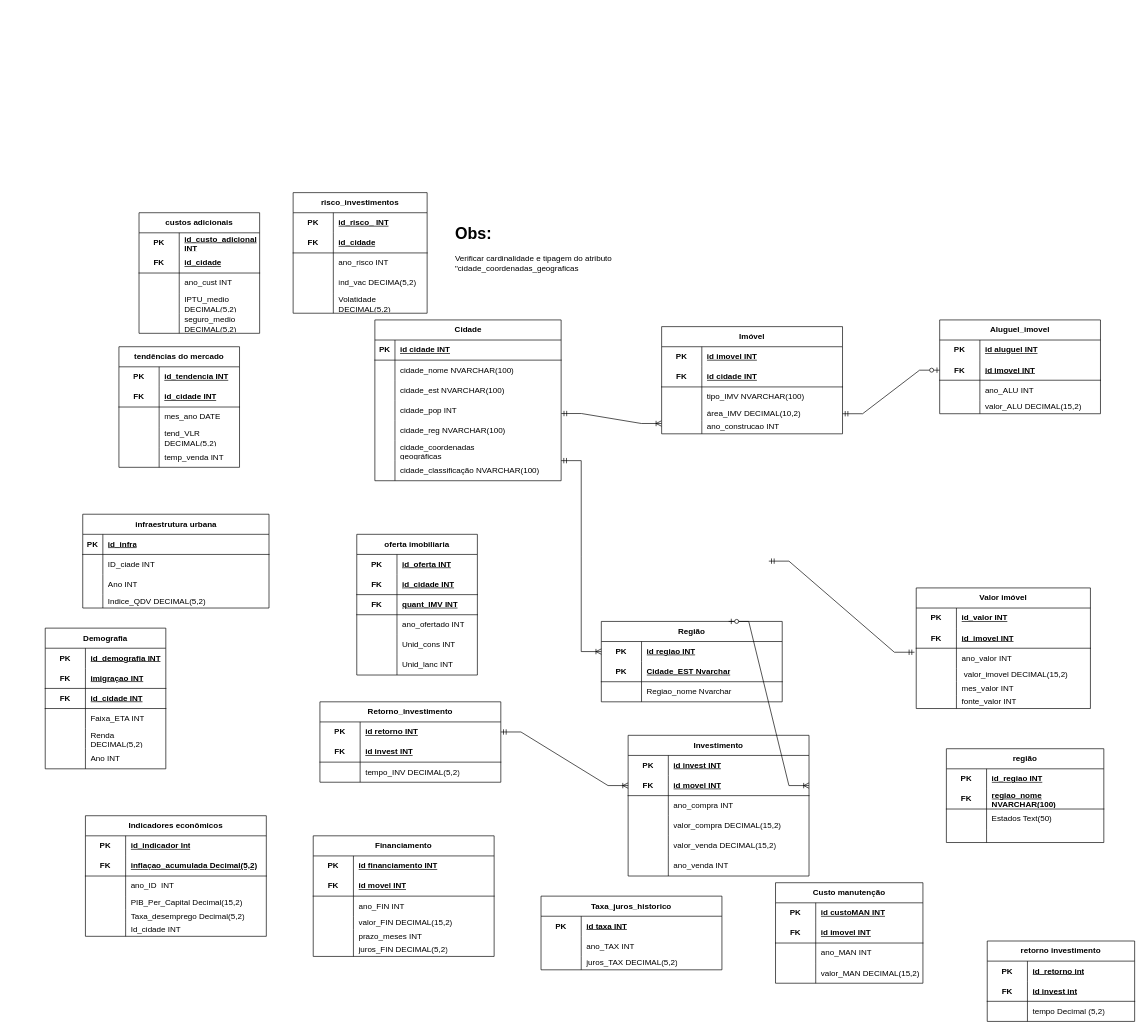
Above: GroupBy.drawio in Guilherme22B/Group_by (draw.io), before the change. Source tidied: cells renumbered, new cells numbered last; positions are measured from the earlier drawing's top-left corner, leaving out a move shared by most shapes. Both pictures are drawn from the tidied source at 67%, with x=0, y=0 at pixel (45, 192).
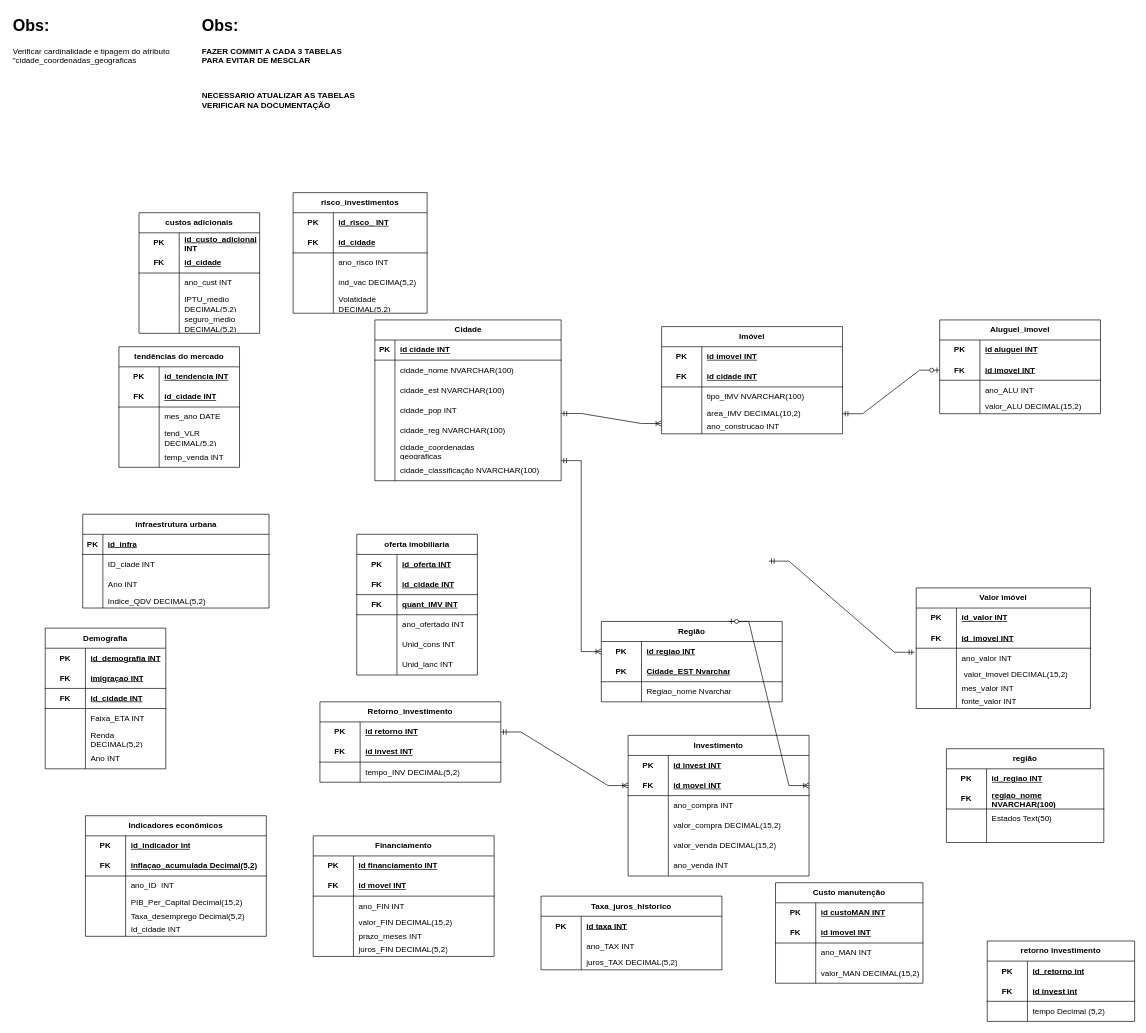
The same page after the edit.

Commit message:
ler as observações

Change to the diagram source:
```diff
@@
-    <mxCell id="155" value="&lt;h1 style=&quot;margin-top: 0px;&quot;&gt;Obs:&lt;/h1&gt;&lt;p&gt;Verificar cardinalidade e tipagem do atributo &quot;cidade_coordenadas_geograficas&lt;/p&gt;" style="text;html=1;whiteSpace=wrap;overflow=hidden;rounded=0;" parent="1" vertex="1">
-      <mxGeometry x="610" y="40" width="240" height="120" as="geometry" />
+    <mxCell id="155" value="&lt;h1 style=&quot;margin-top: 0px;&quot;&gt;Obs:&lt;/h1&gt;&lt;p&gt;Verificar cardinalidade e tipagem do atributo &quot;cidade_coordenadas_geograficas&lt;/p&gt;&lt;p&gt;&lt;br&gt;&lt;/p&gt;" style="text;html=1;whiteSpace=wrap;overflow=hidden;rounded=0;" parent="1" vertex="1">
+      <mxGeometry x="-50" y="-270" width="240" height="120" as="geometry" />
     </mxCell>
@@
+    <mxCell id="303" value="&lt;h1 style=&quot;margin-top: 0px;&quot;&gt;Obs:&lt;/h1&gt;&lt;p&gt;&lt;b&gt;FAZER COMMIT A CADA 3 TABELAS PARA&amp;nbsp;&lt;/b&gt;&lt;b style=&quot;background-color: transparent; color: light-dark(rgb(0, 0, 0), rgb(255, 255, 255));&quot;&gt;EVITAR DE MESCLAR&lt;/b&gt;&lt;/p&gt;&lt;p&gt;&lt;br&gt;&lt;/p&gt;&lt;p&gt;&lt;b&gt;NECESSARIO ATUALIZAR AS TABELAS VERIFICAR NA DOCUMENTAÇÃO&lt;/b&gt;&lt;/p&gt;" style="text;html=1;whiteSpace=wrap;overflow=hidden;rounded=0;" parent="1" vertex="1">
+      <mxGeometry x="232" y="-270" width="278" height="170" as="geometry" />
+    </mxCell>
```
